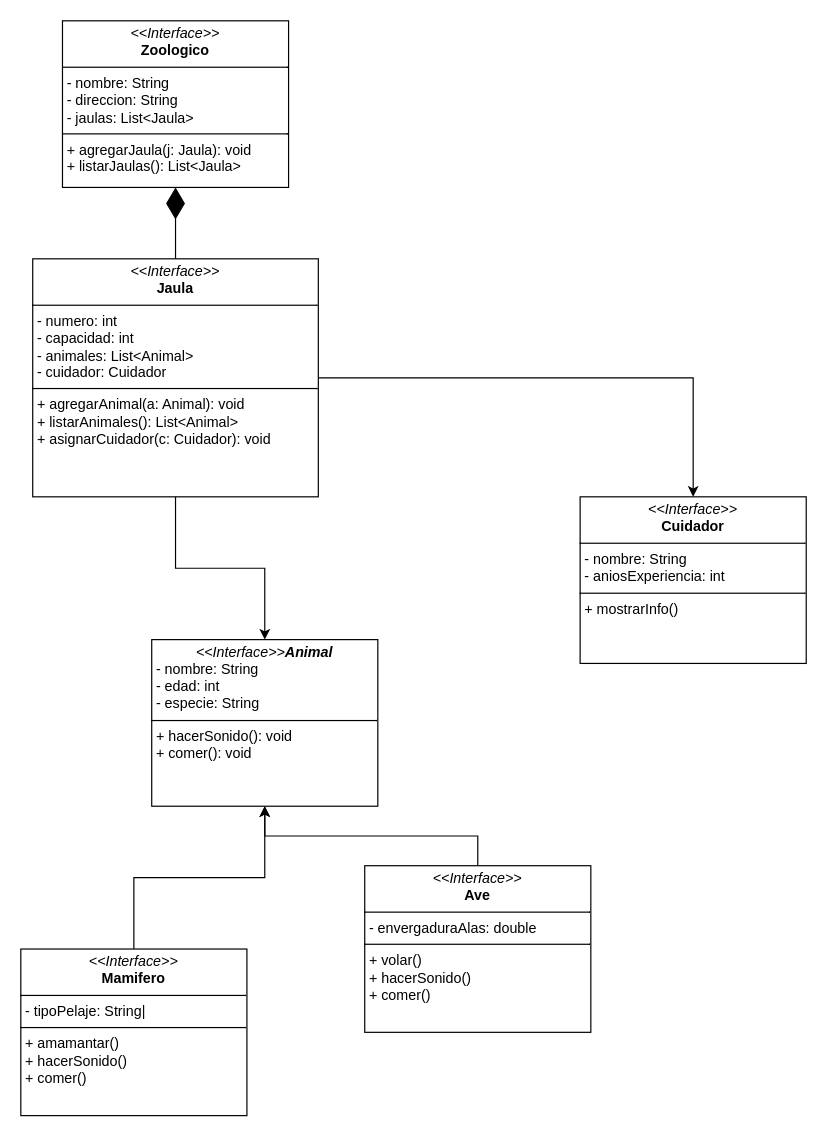
Earlier version of the draw.io diagram page "Página-10" (10 of 10) of Taller10Ejercicios.drawio (JetstreamSam09/sena_trabajos_trimestre2). Source tidied: cells renumbered, new cells numbered last; positions are measured from the earlier drawing's top-left corner, leaving out a move shared by most shapes. Both pictures are drawn from the tidied source at 119%, with x=0, y=0 at pixel (20, 20).
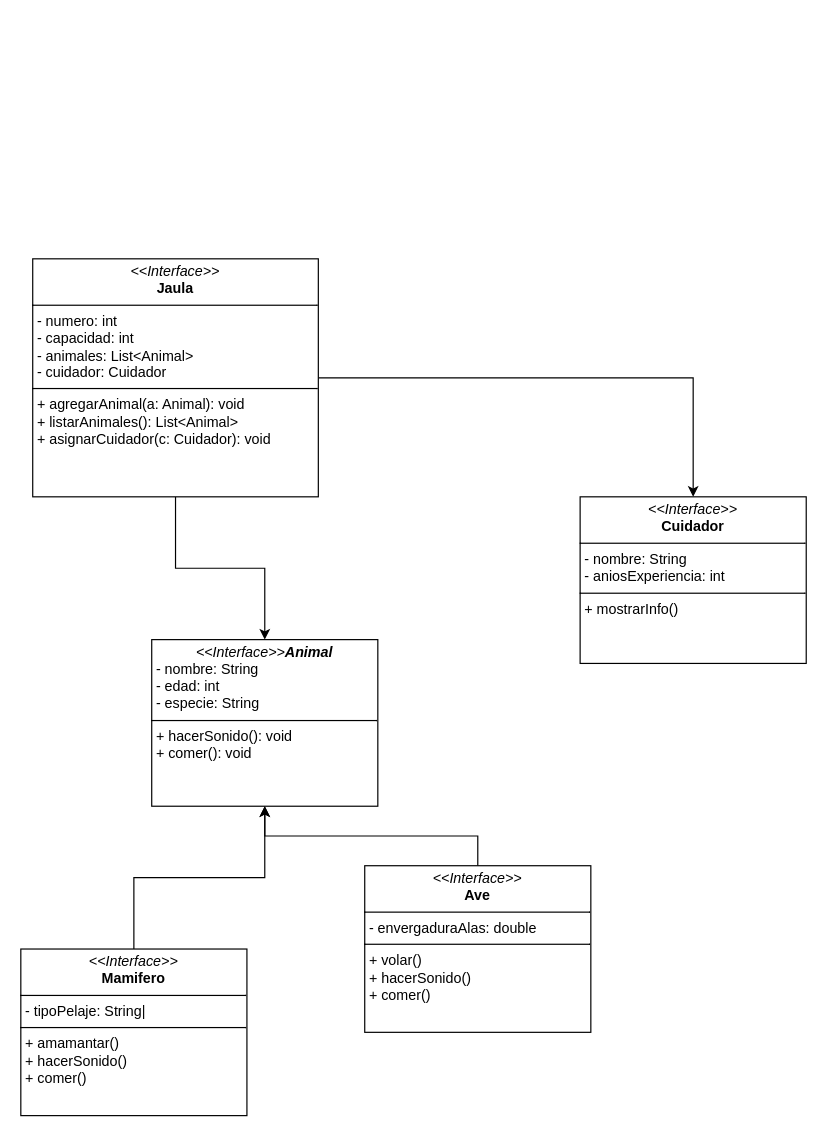
Above is the later version.

Diff of the diagram source:
```diff
@@
 <mxGraphModel>
   <root>
     <mxCell id="0" />
     <mxCell id="1" parent="0" />
-    <mxCell id="2" value="&lt;p style=&quot;margin:0px;margin-top:4px;text-align:center;&quot;&gt;&lt;i&gt;&amp;lt;&amp;lt;Interface&amp;gt;&amp;gt;&lt;/i&gt;&lt;br&gt;&lt;b&gt;Zoologico&lt;/b&gt;&lt;/p&gt;&lt;hr size=&quot;1&quot; style=&quot;border-style:solid;&quot;&gt;&lt;p style=&quot;margin:0px;margin-left:4px;&quot;&gt;- nombre: String&lt;/p&gt;&lt;p style=&quot;margin:0px;margin-left:4px;&quot;&gt;- direccion: String&lt;/p&gt;&lt;p style=&quot;margin:0px;margin-left:4px;&quot;&gt;- jaulas: List&amp;lt;Jaula&amp;gt;&lt;/p&gt;&lt;hr size=&quot;1&quot; style=&quot;border-style:solid;&quot;&gt;&lt;p style=&quot;margin:0px;margin-left:4px;&quot;&gt;+ agregarJaula(j: Jaula): void&lt;/p&gt;&lt;p style=&quot;margin:0px;margin-left:4px;&quot;&gt;+ listarJaulas(): List&amp;lt;Jaula&amp;gt;&lt;/p&gt;" style="verticalAlign=top;align=left;overflow=fill;html=1;whiteSpace=wrap;" parent="1" vertex="1">
-      <mxGeometry x="35" width="190" height="140" as="geometry" />
-    </mxCell>
     <mxCell id="3" style="edgeStyle=orthogonalEdgeStyle;rounded=0;jettySize=auto;html=1;entryX=0.5;entryY=0;entryDx=0;entryDy=0;" parent="1" edge="1" source="5" target="6">
       <mxGeometry relative="1" as="geometry" />
     </mxCell>
     <mxCell id="4" style="edgeStyle=orthogonalEdgeStyle;rounded=0;jettySize=auto;html=1;entryX=0.5;entryY=0;entryDx=0;entryDy=0;" parent="1" edge="1" source="5" target="7">
       <mxGeometry relative="1" as="geometry" />
     </mxCell>
     <mxCell id="5" value="&lt;p style=&quot;margin:0px;margin-top:4px;text-align:center;&quot;&gt;&lt;i&gt;&amp;lt;&amp;lt;Interface&amp;gt;&amp;gt;&lt;/i&gt;&lt;br&gt;&lt;b&gt;Jaula&lt;/b&gt;&lt;/p&gt;&lt;hr size=&quot;1&quot; style=&quot;border-style:solid;&quot;&gt;&lt;p style=&quot;margin:0px;margin-left:4px;&quot;&gt;- numero: int&lt;/p&gt;&lt;p style=&quot;margin:0px;margin-left:4px;&quot;&gt;- capacidad: int&lt;/p&gt;&lt;p style=&quot;margin:0px;margin-left:4px;&quot;&gt;- animales: List&amp;lt;Animal&amp;gt;&lt;/p&gt;&lt;p style=&quot;margin:0px;margin-left:4px;&quot;&gt;- cuidador: Cuidador&lt;/p&gt;&lt;hr size=&quot;1&quot; style=&quot;border-style:solid;&quot;&gt;&lt;p style=&quot;margin:0px;margin-left:4px;&quot;&gt;+ agregarAnimal(a: Animal): void&lt;/p&gt;&lt;p style=&quot;margin:0px;margin-left:4px;&quot;&gt;+ listarAnimales(): List&amp;lt;Animal&amp;gt;&lt;/p&gt;&lt;p style=&quot;margin:0px;margin-left:4px;&quot;&gt;+ asignarCuidador(c: Cuidador): void&lt;/p&gt;" style="verticalAlign=top;align=left;overflow=fill;html=1;whiteSpace=wrap;" parent="1" vertex="1">
       <mxGeometry x="10" y="200" width="240" height="200" as="geometry" />
     </mxCell>
     <mxCell id="6" value="&lt;p style=&quot;margin:0px;margin-top:4px;text-align:center;&quot;&gt;&lt;i&gt;&amp;lt;&amp;lt;Interface&amp;gt;&amp;gt;&lt;/i&gt;&lt;br&gt;&lt;b&gt;Cuidador&lt;/b&gt;&lt;/p&gt;&lt;hr size=&quot;1&quot; style=&quot;border-style:solid;&quot;&gt;&lt;p style=&quot;margin:0px;margin-left:4px;&quot;&gt;- nombre: String&lt;/p&gt;&lt;p style=&quot;margin:0px;margin-left:4px;&quot;&gt;- aniosExperiencia: int&lt;/p&gt;&lt;hr size=&quot;1&quot; style=&quot;border-style:solid;&quot;&gt;&lt;p style=&quot;margin:0px;margin-left:4px;&quot;&gt;+ mostrarInfo()&lt;/p&gt;" style="verticalAlign=top;align=left;overflow=fill;html=1;whiteSpace=wrap;" parent="1" vertex="1">
       <mxGeometry x="470" y="400" width="190" height="140" as="geometry" />
     </mxCell>
     <mxCell id="7" value="&lt;p style=&quot;margin:0px;margin-top:4px;text-align:center;&quot;&gt;&lt;i&gt;&amp;lt;&amp;lt;Interface&amp;gt;&amp;gt;&lt;b&gt;Animal&lt;/b&gt;&lt;/i&gt;&lt;br&gt;&lt;/p&gt;&lt;p style=&quot;margin:0px;margin-left:4px;&quot;&gt;- nombre: String&lt;/p&gt;&lt;p style=&quot;margin:0px;margin-left:4px;&quot;&gt;- edad: int&lt;/p&gt;&lt;p style=&quot;margin:0px;margin-left:4px;&quot;&gt;- especie: String&lt;/p&gt;&lt;hr size=&quot;1&quot; style=&quot;border-style:solid;&quot;&gt;&lt;p style=&quot;margin:0px;margin-left:4px;&quot;&gt;+ hacerSonido(): void&lt;/p&gt;&lt;p style=&quot;margin:0px;margin-left:4px;&quot;&gt;+ comer(): void&lt;/p&gt;" style="verticalAlign=top;align=left;overflow=fill;html=1;whiteSpace=wrap;" parent="1" vertex="1">
       <mxGeometry x="110" y="520" width="190" height="140" as="geometry" />
     </mxCell>
     <mxCell id="8" style="edgeStyle=orthogonalEdgeStyle;rounded=0;jettySize=auto;html=1;entryX=0.5;entryY=1;entryDx=0;entryDy=0;" parent="1" edge="1" source="9" target="7">
       <mxGeometry relative="1" as="geometry" />
     </mxCell>
     <mxCell id="9" value="&lt;p style=&quot;margin:0px;margin-top:4px;text-align:center;&quot;&gt;&lt;i&gt;&amp;lt;&amp;lt;Interface&amp;gt;&amp;gt;&lt;/i&gt;&lt;br&gt;&lt;b&gt;Mamifero&lt;/b&gt;&lt;/p&gt;&lt;hr size=&quot;1&quot; style=&quot;border-style:solid;&quot;&gt;&lt;p style=&quot;margin:0px;margin-left:4px;&quot;&gt;- tipoPelaje: String|&lt;/p&gt;&lt;hr size=&quot;1&quot; style=&quot;border-style:solid;&quot;&gt;&lt;p style=&quot;margin:0px;margin-left:4px;&quot;&gt;+ amamantar()&lt;br&gt;+ hacerSonido()&lt;/p&gt;&lt;p style=&quot;margin:0px;margin-left:4px;&quot;&gt;+ comer()&lt;/p&gt;" style="verticalAlign=top;align=left;overflow=fill;html=1;whiteSpace=wrap;" parent="1" vertex="1">
       <mxGeometry y="780" width="190" height="140" as="geometry" />
     </mxCell>
     <mxCell id="10" style="edgeStyle=orthogonalEdgeStyle;rounded=0;jettySize=auto;html=1;" parent="1" edge="1" source="11" target="7">
       <mxGeometry relative="1" as="geometry" />
     </mxCell>
     <mxCell id="11" value="&lt;p style=&quot;margin:0px;margin-top:4px;text-align:center;&quot;&gt;&lt;i&gt;&amp;lt;&amp;lt;Interface&amp;gt;&amp;gt;&lt;/i&gt;&lt;br&gt;&lt;b&gt;Ave&lt;/b&gt;&lt;/p&gt;&lt;hr size=&quot;1&quot; style=&quot;border-style:solid;&quot;&gt;&lt;p style=&quot;margin:0px;margin-left:4px;&quot;&gt;- envergaduraAlas: double&lt;/p&gt;&lt;hr size=&quot;1&quot; style=&quot;border-style:solid;&quot;&gt;&lt;p style=&quot;margin:0px;margin-left:4px;&quot;&gt;+ volar()&lt;br&gt;+ hacerSonido()&lt;/p&gt;&lt;p style=&quot;margin:0px;margin-left:4px;&quot;&gt;+ comer()&lt;/p&gt;" style="verticalAlign=top;align=left;overflow=fill;html=1;whiteSpace=wrap;" parent="1" vertex="1">
       <mxGeometry x="289" y="710" width="190" height="140" as="geometry" />
     </mxCell>
-    <mxCell id="12" style="endArrow=diamondThin;endFill=1;endSize=24;html=1;rounded=0;exitX=0.5;exitY=0;exitDx=0;exitDy=0;entryX=0.5;entryY=1;entryDx=0;entryDy=0;" parent="1" edge="1" source="5" target="2">
-      <mxGeometry relative="1" as="geometry" />
-    </mxCell>
   </root>
 </mxGraphModel>
```
